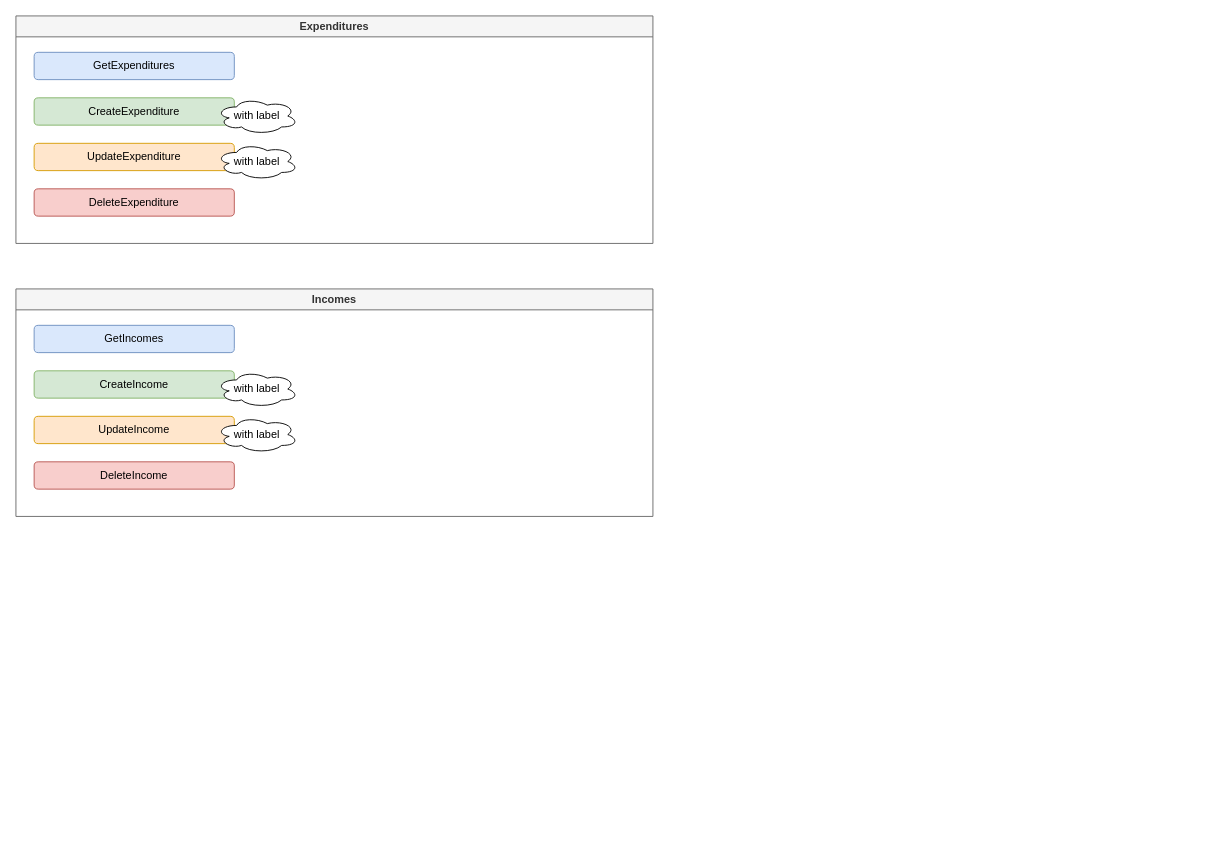
Above: page "Endpoints" (5 of 5) of MyBookKeeper.drawio in TanaChu0409/book-keeper (draw.io), before the change. Source tidied: cells renumbered, new cells numbered last; positions are measured from the earlier drawing's top-left corner, leaving out a move shared by most shapes. Both pictures are drawn from the tidied source at 91%, with x=0, y=0 at pixel (15, 15).
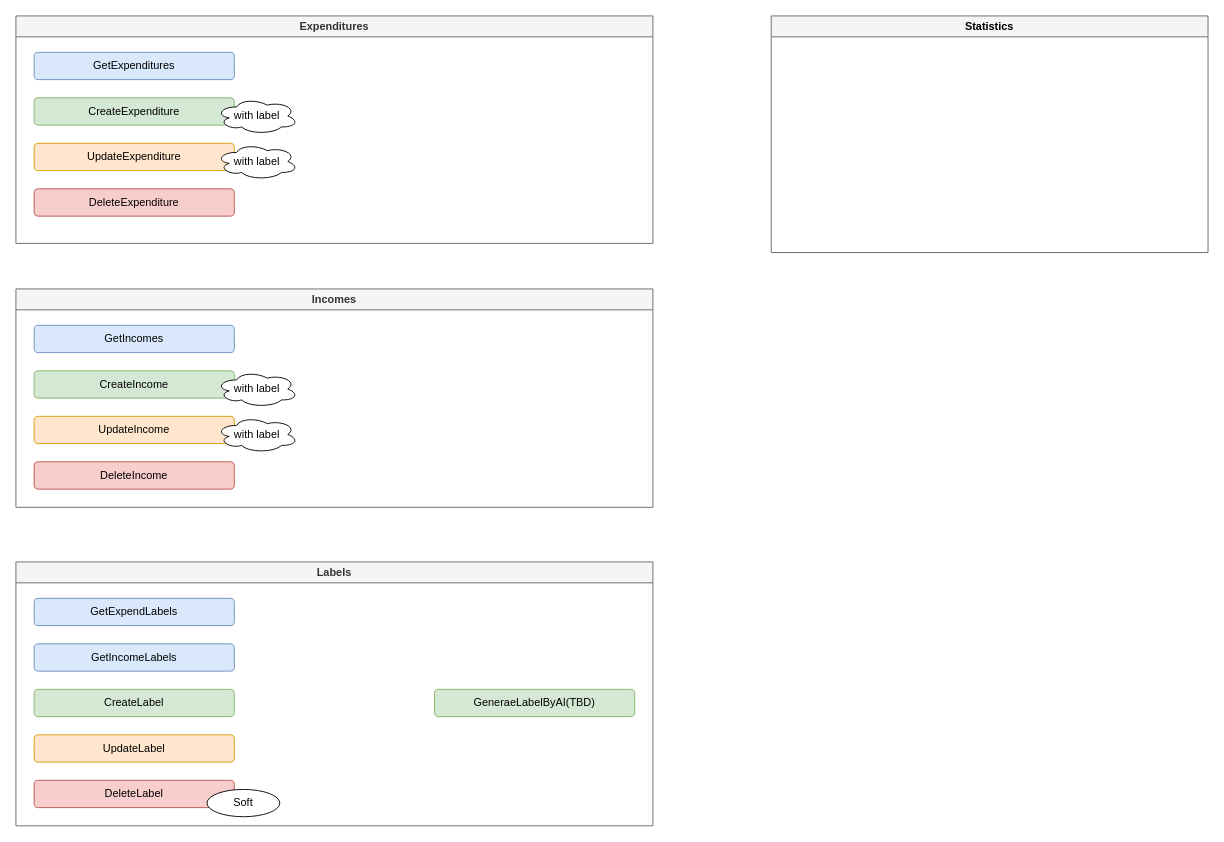
After the change.

What changed in the source:
```diff
@@
     <mxCell id="9" value="&lt;span style=&quot;text-wrap-mode: nowrap;&quot;&gt;Incomes&lt;/span&gt;" style="swimlane;whiteSpace=wrap;html=1;fillColor=#f5f5f5;strokeColor=#666666;fontColor=#333333;glass=0;" parent="1" vertex="1">
-      <mxGeometry y="300" width="700" height="250" as="geometry" />
+      <mxGeometry y="300" width="700" height="240" as="geometry" />
     </mxCell>
@@
+    <mxCell id="16" value="&lt;span style=&quot;text-wrap-mode: nowrap;&quot;&gt;Labels&lt;/span&gt;" style="swimlane;whiteSpace=wrap;html=1;fillColor=#f5f5f5;strokeColor=#666666;fontColor=#333333;glass=0;" parent="1" vertex="1">
+      <mxGeometry y="600" width="700" height="290" as="geometry" />
+    </mxCell>
+    <mxCell id="17" value="CreateLabel" style="rounded=1;whiteSpace=wrap;html=1;fillColor=#d5e8d4;strokeColor=#82b366;glass=0;" parent="16" vertex="1">
+      <mxGeometry x="20" y="140" width="220" height="30" as="geometry" />
+    </mxCell>
+    <mxCell id="18" value="GetExpendLabels" style="rounded=1;whiteSpace=wrap;html=1;fillColor=#dae8fc;strokeColor=#6c8ebf;glass=0;" parent="16" vertex="1">
+      <mxGeometry x="20" y="40" width="220" height="30" as="geometry" />
+    </mxCell>
+    <mxCell id="19" value="UpdateLabel" style="rounded=1;whiteSpace=wrap;html=1;fillColor=#ffe6cc;strokeColor=#d79b00;glass=0;" parent="16" vertex="1">
+      <mxGeometry x="20" y="190" width="220" height="30" as="geometry" />
+    </mxCell>
+    <mxCell id="20" value="DeleteLabel" style="rounded=1;whiteSpace=wrap;html=1;fillColor=#f8cecc;strokeColor=#b85450;glass=0;" parent="16" vertex="1">
+      <mxGeometry x="20" y="240" width="220" height="30" as="geometry" />
+    </mxCell>
+    <mxCell id="21" value="GetIncomeLabels" style="rounded=1;whiteSpace=wrap;html=1;fillColor=#dae8fc;strokeColor=#6c8ebf;glass=0;" parent="16" vertex="1">
+      <mxGeometry x="20" y="90" width="220" height="30" as="geometry" />
+    </mxCell>
+    <mxCell id="22" value="Soft" style="ellipse;whiteSpace=wrap;html=1;" parent="16" vertex="1">
+      <mxGeometry x="210" y="250" width="80" height="30" as="geometry" />
+    </mxCell>
+    <mxCell id="23" value="GeneraeLabelByAI(TBD)" style="rounded=1;whiteSpace=wrap;html=1;fillColor=#d5e8d4;strokeColor=#82b366;glass=0;" parent="16" vertex="1">
+      <mxGeometry x="460" y="140" width="220" height="30" as="geometry" />
+    </mxCell>
+    <mxCell id="24" value="&lt;span style=&quot;color: rgb(0, 0, 0); text-wrap-mode: nowrap;&quot;&gt;Statistics&lt;/span&gt;" style="swimlane;whiteSpace=wrap;html=1;fillColor=#f5f5f5;strokeColor=#666666;fontColor=#333333;glass=0;" parent="1" vertex="1">
+      <mxGeometry x="830" width="480" height="260" as="geometry" />
+    </mxCell>
```
